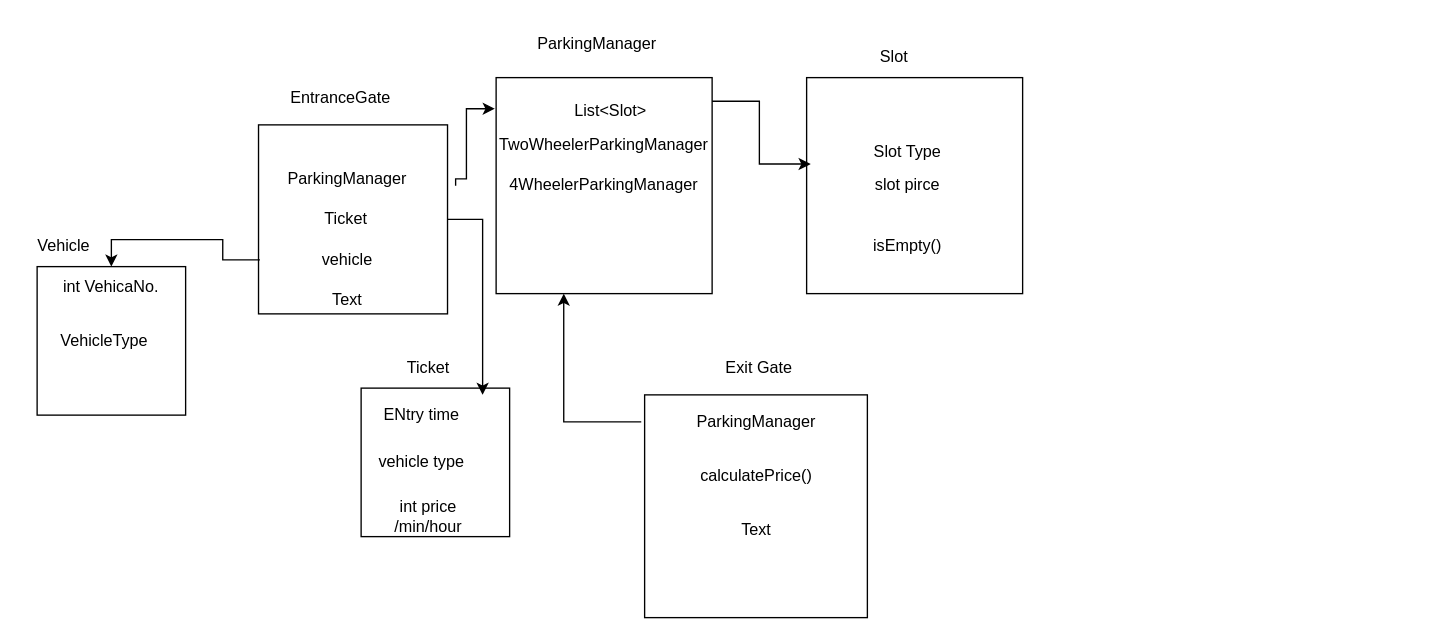
The draw.io diagram parkingLot.drawio in NM4736/LLD, before the edit. Source tidied: cells renumbered, new cells numbered last; positions are measured from the earlier drawing's top-left corner, leaving out a move shared by most shapes. Both pictures are drawn from the tidied source at 135%, with x=0, y=0 at pixel (23, 23).
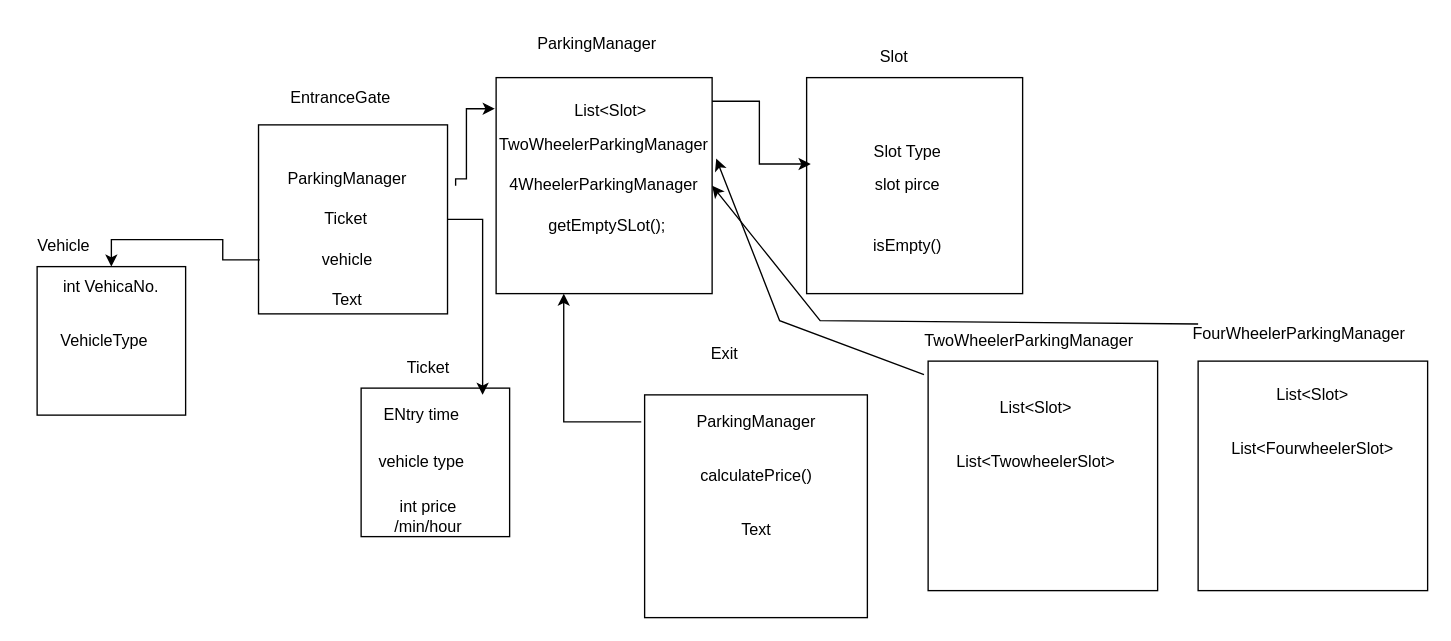
The same page after the edit.

Unchanged cells that the change refers to:
```xml
<mxCell id="6" style="whiteSpace=wrap;html=1;" parent="1" vertex="1">
  <mxGeometry x="350" y="40" width="160" height="160" as="geometry" />
</mxCell>
```

Change to the diagram source:
```diff
@@
-    <mxCell id="28" value="Exit Gate" style="text;html=1;strokeColor=none;fillColor=none;align=center;verticalAlign=middle;whiteSpace=wrap;rounded=0;" parent="1" vertex="1">
-      <mxGeometry x="460" y="240" width="170" height="30" as="geometry" />
-    </mxCell>
@@
+    <mxCell id="37" value="getEmptySLot();" style="text;html=1;strokeColor=none;fillColor=none;align=center;verticalAlign=middle;whiteSpace=wrap;rounded=0;" parent="1" vertex="1">
+      <mxGeometry x="365" y="135" width="135" height="30" as="geometry" />
+    </mxCell>
+    <mxCell id="38" style="whiteSpace=wrap;html=1;" parent="1" vertex="1">
+      <mxGeometry x="670" y="250" width="170" height="170" as="geometry" />
+    </mxCell>
+    <mxCell id="39" style="whiteSpace=wrap;html=1;" parent="1" vertex="1">
+      <mxGeometry x="870" y="250" width="170" height="170" as="geometry" />
+    </mxCell>
+    <mxCell id="40" value="TwoWheelerParkingManager" style="text;html=1;strokeColor=none;fillColor=none;align=center;verticalAlign=middle;whiteSpace=wrap;rounded=0;" parent="1" vertex="1">
+      <mxGeometry x="670" y="220" width="150" height="30" as="geometry" />
+    </mxCell>
+    <mxCell id="41" value="FourWheelerParkingManager" style="text;html=1;strokeColor=none;fillColor=none;align=center;verticalAlign=middle;whiteSpace=wrap;rounded=0;" parent="1" vertex="1">
+      <mxGeometry x="870" y="215" width="150" height="30" as="geometry" />
+    </mxCell>
+    <mxCell id="42" value="List&amp;lt;Slot&amp;gt;" style="text;html=1;strokeColor=none;fillColor=none;align=center;verticalAlign=middle;whiteSpace=wrap;rounded=0;" parent="1" vertex="1">
+      <mxGeometry x="680" y="270" width="140" height="30" as="geometry" />
+    </mxCell>
+    <mxCell id="43" value="List&amp;lt;TwowheelerSlot&amp;gt;" style="text;html=1;strokeColor=none;fillColor=none;align=center;verticalAlign=middle;whiteSpace=wrap;rounded=0;" parent="1" vertex="1">
+      <mxGeometry x="680" y="310" width="140" height="30" as="geometry" />
+    </mxCell>
+    <mxCell id="44" value="List&amp;lt;Slot&amp;gt;" style="text;html=1;strokeColor=none;fillColor=none;align=center;verticalAlign=middle;whiteSpace=wrap;rounded=0;" parent="1" vertex="1">
+      <mxGeometry x="885" y="260" width="140" height="30" as="geometry" />
+    </mxCell>
+    <mxCell id="45" value="List&amp;lt;FourwheelerSlot&amp;gt;" style="text;html=1;strokeColor=none;fillColor=none;align=center;verticalAlign=middle;whiteSpace=wrap;rounded=0;" parent="1" vertex="1">
+      <mxGeometry x="885" y="300" width="140" height="30" as="geometry" />
+    </mxCell>
+    <mxCell id="46" value="Exit" style="text;html=1;strokeColor=none;fillColor=none;align=center;verticalAlign=middle;whiteSpace=wrap;rounded=0;" parent="1" vertex="1">
+      <mxGeometry x="457.5" y="230" width="122.5" height="30" as="geometry" />
+    </mxCell>
+    <mxCell id="47" style="endArrow=classic;html=1;rounded=0;entryX=1.019;entryY=0.375;entryDx=0;entryDy=0;exitX=-0.018;exitY=0.059;exitDx=0;exitDy=0;exitPerimeter=0;entryPerimeter=0;" parent="1" edge="1" source="38" target="6">
+      <mxGeometry relative="1" as="geometry">
+        <Array as="points">
+          <mxPoint x="560" y="220" />
+        </Array>
+      </mxGeometry>
+    </mxCell>
+    <mxCell id="48" style="endArrow=classic;html=1;rounded=0;entryX=1.019;entryY=0.375;entryDx=0;entryDy=0;exitX=0;exitY=0.25;exitDx=0;exitDy=0;entryPerimeter=0;" parent="1" edge="1" source="41">
+      <mxGeometry relative="1" as="geometry">
+        <mxPoint x="510" y="120" as="targetPoint" />
+        <Array as="points">
+          <mxPoint x="590" y="220" />
+        </Array>
+      </mxGeometry>
+    </mxCell>
```
